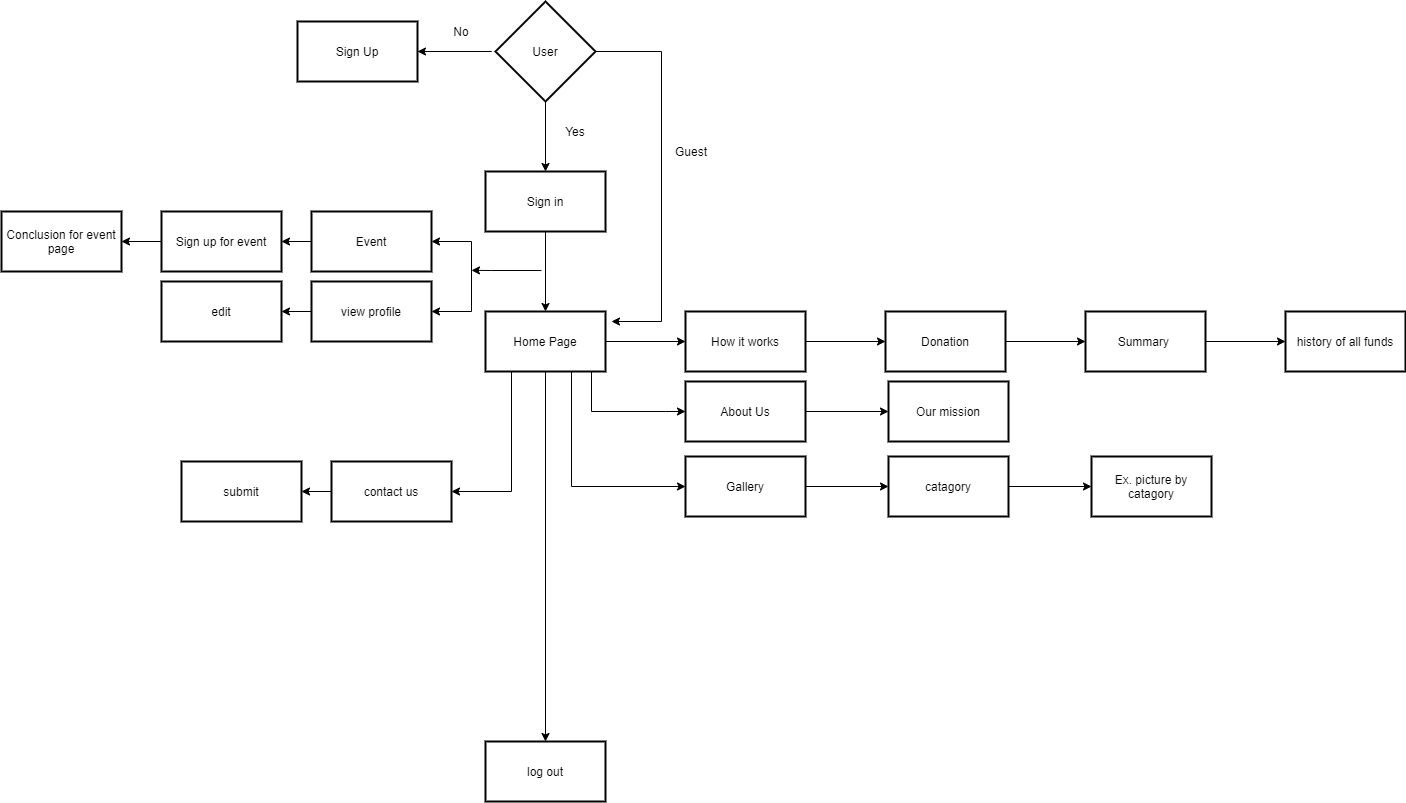
Earlier version of the draw.io export DesignDocuments/appliacationFlow.png (skotcharat/doforfund). Source tidied: cells renumbered, new cells last; positions are measured from the earlier drawing's top-left corner, leaving out a move shared by most shapes. Source of this version:
```xml
<mxGraphModel>
  <root>
    <mxCell id="0" />
    <mxCell id="1" parent="0" />
    <mxCell id="2" style="edgeStyle=orthogonalEdgeStyle;rounded=0;jettySize=auto;html=1;" parent="1" edge="1" target="5">
      <mxGeometry relative="1" as="geometry">
        <mxPoint x="450" y="50" as="sourcePoint" />
        <Array as="points">
          <mxPoint x="490" y="50" />
          <mxPoint x="490" y="50" />
        </Array>
      </mxGeometry>
    </mxCell>
    <mxCell id="3" style="edgeStyle=orthogonalEdgeStyle;rounded=0;jettySize=auto;html=1;" parent="1" edge="1" source="4" target="8">
      <mxGeometry relative="1" as="geometry" />
    </mxCell>
    <mxCell id="4" value="User" style="strokeWidth=2;html=1;shape=mxgraph.flowchart.decision;whiteSpace=wrap;" parent="1" vertex="1">
      <mxGeometry x="494" width="100" height="100" as="geometry" />
    </mxCell>
    <mxCell id="5" value="Sign Up" style="whiteSpace=wrap;html=1;strokeWidth=2;" parent="1" vertex="1">
      <mxGeometry x="296" y="20" width="120" height="60" as="geometry" />
    </mxCell>
    <mxCell id="6" value="No" style="text;html=1;strokeColor=none;fillColor=none;align=center;verticalAlign=middle;whiteSpace=wrap;rounded=0;" parent="1" vertex="1">
      <mxGeometry x="440" y="20" width="40" height="20" as="geometry" />
    </mxCell>
    <mxCell id="7" style="edgeStyle=orthogonalEdgeStyle;rounded=0;jettySize=auto;html=1;" parent="1" edge="1" source="8" target="17">
      <mxGeometry relative="1" as="geometry" />
    </mxCell>
    <mxCell id="8" value="Sign in" style="whiteSpace=wrap;html=1;strokeWidth=2;" parent="1" vertex="1">
      <mxGeometry x="484" y="170" width="120" height="60" as="geometry" />
    </mxCell>
    <mxCell id="9" value="Yes" style="text;html=1;strokeColor=none;fillColor=none;align=center;verticalAlign=middle;whiteSpace=wrap;rounded=0;" parent="1" vertex="1">
      <mxGeometry x="554" y="120" width="40" height="20" as="geometry" />
    </mxCell>
    <mxCell id="10" style="edgeStyle=orthogonalEdgeStyle;rounded=0;jettySize=auto;html=1;" parent="1" edge="1" source="17" target="19">
      <mxGeometry relative="1" as="geometry">
        <Array as="points">
          <mxPoint x="590" y="410" />
          <mxPoint x="664" y="410" />
        </Array>
      </mxGeometry>
    </mxCell>
    <mxCell id="11" style="edgeStyle=orthogonalEdgeStyle;rounded=0;jettySize=auto;html=1;" parent="1" edge="1" source="17" target="22">
      <mxGeometry relative="1" as="geometry" />
    </mxCell>
    <mxCell id="12" style="edgeStyle=orthogonalEdgeStyle;rounded=0;jettySize=auto;html=1;" parent="1" edge="1" target="29">
      <mxGeometry relative="1" as="geometry">
        <mxPoint x="470" y="240" as="sourcePoint" />
      </mxGeometry>
    </mxCell>
    <mxCell id="13" style="edgeStyle=orthogonalEdgeStyle;rounded=0;jettySize=auto;html=1;" parent="1" edge="1" source="17" target="34">
      <mxGeometry relative="1" as="geometry">
        <Array as="points">
          <mxPoint x="570" y="485" />
        </Array>
      </mxGeometry>
    </mxCell>
    <mxCell id="14" style="edgeStyle=orthogonalEdgeStyle;rounded=0;jettySize=auto;html=1;" parent="1" edge="1" source="17" target="39">
      <mxGeometry relative="1" as="geometry">
        <Array as="points">
          <mxPoint x="510" y="490" />
        </Array>
      </mxGeometry>
    </mxCell>
    <mxCell id="15" style="edgeStyle=orthogonalEdgeStyle;rounded=0;jettySize=auto;html=1;" parent="1" edge="1" target="42">
      <mxGeometry relative="1" as="geometry">
        <mxPoint x="470" y="240" as="sourcePoint" />
        <Array as="points">
          <mxPoint x="470" y="310" />
        </Array>
      </mxGeometry>
    </mxCell>
    <mxCell id="16" style="edgeStyle=orthogonalEdgeStyle;rounded=0;jettySize=auto;html=1;" parent="1" edge="1" source="17" target="44">
      <mxGeometry relative="1" as="geometry" />
    </mxCell>
    <mxCell id="17" value="Home Page" style="whiteSpace=wrap;html=1;strokeWidth=2;" parent="1" vertex="1">
      <mxGeometry x="484" y="310" width="120" height="60" as="geometry" />
    </mxCell>
    <mxCell id="18" style="edgeStyle=orthogonalEdgeStyle;rounded=0;jettySize=auto;html=1;" parent="1" edge="1" source="19" target="20">
      <mxGeometry relative="1" as="geometry" />
    </mxCell>
    <mxCell id="19" value="About Us" style="whiteSpace=wrap;html=1;strokeWidth=2;" parent="1" vertex="1">
      <mxGeometry x="684" y="380" width="120" height="60" as="geometry" />
    </mxCell>
    <mxCell id="20" value="Our mission" style="whiteSpace=wrap;html=1;strokeWidth=2;" parent="1" vertex="1">
      <mxGeometry x="887" y="380" width="120" height="60" as="geometry" />
    </mxCell>
    <mxCell id="21" style="edgeStyle=orthogonalEdgeStyle;rounded=0;jettySize=auto;html=1;" parent="1" edge="1" source="22" target="24">
      <mxGeometry relative="1" as="geometry" />
    </mxCell>
    <mxCell id="22" value="How it works" style="whiteSpace=wrap;html=1;strokeWidth=2;" parent="1" vertex="1">
      <mxGeometry x="684" y="310" width="120" height="60" as="geometry" />
    </mxCell>
    <mxCell id="23" style="edgeStyle=orthogonalEdgeStyle;rounded=0;jettySize=auto;html=1;" parent="1" edge="1" source="24" target="26">
      <mxGeometry relative="1" as="geometry" />
    </mxCell>
    <mxCell id="24" value="Donation" style="whiteSpace=wrap;html=1;strokeWidth=2;" parent="1" vertex="1">
      <mxGeometry x="884" y="310" width="120" height="60" as="geometry" />
    </mxCell>
    <mxCell id="25" style="edgeStyle=orthogonalEdgeStyle;rounded=0;jettySize=auto;html=1;" parent="1" edge="1" source="26" target="27">
      <mxGeometry relative="1" as="geometry" />
    </mxCell>
    <mxCell id="26" value="Summary&amp;nbsp;" style="whiteSpace=wrap;html=1;strokeWidth=2;" parent="1" vertex="1">
      <mxGeometry x="1084" y="310" width="120" height="60" as="geometry" />
    </mxCell>
    <mxCell id="27" value="history of all funds" style="whiteSpace=wrap;html=1;strokeWidth=2;" parent="1" vertex="1">
      <mxGeometry x="1284" y="310" width="120" height="60" as="geometry" />
    </mxCell>
    <mxCell id="28" style="edgeStyle=orthogonalEdgeStyle;rounded=0;jettySize=auto;html=1;" parent="1" edge="1" source="29" target="31">
      <mxGeometry relative="1" as="geometry" />
    </mxCell>
    <mxCell id="29" value="Event" style="whiteSpace=wrap;html=1;strokeWidth=2;" parent="1" vertex="1">
      <mxGeometry x="310" y="210" width="120" height="60" as="geometry" />
    </mxCell>
    <mxCell id="30" style="edgeStyle=orthogonalEdgeStyle;rounded=0;jettySize=auto;html=1;" parent="1" edge="1" source="31" target="32">
      <mxGeometry relative="1" as="geometry" />
    </mxCell>
    <mxCell id="31" value="Sign up for event" style="whiteSpace=wrap;html=1;strokeWidth=2;" parent="1" vertex="1">
      <mxGeometry x="160" y="210" width="120" height="60" as="geometry" />
    </mxCell>
    <mxCell id="32" value="Conclusion for event page" style="whiteSpace=wrap;html=1;strokeWidth=2;" parent="1" vertex="1">
      <mxGeometry y="210" width="120" height="60" as="geometry" />
    </mxCell>
    <mxCell id="33" style="edgeStyle=orthogonalEdgeStyle;rounded=0;jettySize=auto;html=1;" parent="1" edge="1" source="34" target="36">
      <mxGeometry relative="1" as="geometry" />
    </mxCell>
    <mxCell id="34" value="Gallery" style="whiteSpace=wrap;html=1;strokeWidth=2;" parent="1" vertex="1">
      <mxGeometry x="684" y="455" width="120" height="60" as="geometry" />
    </mxCell>
    <mxCell id="35" style="edgeStyle=orthogonalEdgeStyle;rounded=0;jettySize=auto;html=1;" parent="1" edge="1" source="36" target="37">
      <mxGeometry relative="1" as="geometry" />
    </mxCell>
    <mxCell id="36" value="catagory" style="whiteSpace=wrap;html=1;strokeWidth=2;" parent="1" vertex="1">
      <mxGeometry x="887" y="455" width="120" height="60" as="geometry" />
    </mxCell>
    <mxCell id="37" value="Ex. picture by catagory" style="whiteSpace=wrap;html=1;strokeWidth=2;" parent="1" vertex="1">
      <mxGeometry x="1090" y="455" width="120" height="60" as="geometry" />
    </mxCell>
    <mxCell id="38" style="edgeStyle=orthogonalEdgeStyle;rounded=0;jettySize=auto;html=1;" parent="1" edge="1" source="39" target="40">
      <mxGeometry relative="1" as="geometry" />
    </mxCell>
    <mxCell id="39" value="contact us" style="whiteSpace=wrap;html=1;strokeWidth=2;" parent="1" vertex="1">
      <mxGeometry x="330" y="460" width="120" height="60" as="geometry" />
    </mxCell>
    <mxCell id="40" value="submit" style="whiteSpace=wrap;html=1;strokeWidth=2;" parent="1" vertex="1">
      <mxGeometry x="180" y="460" width="120" height="60" as="geometry" />
    </mxCell>
    <mxCell id="41" style="edgeStyle=orthogonalEdgeStyle;rounded=0;jettySize=auto;html=1;" parent="1" edge="1" source="42" target="43">
      <mxGeometry relative="1" as="geometry" />
    </mxCell>
    <mxCell id="42" value="view profile" style="whiteSpace=wrap;html=1;strokeWidth=2;" parent="1" vertex="1">
      <mxGeometry x="310" y="280" width="120" height="60" as="geometry" />
    </mxCell>
    <mxCell id="43" value="edit" style="whiteSpace=wrap;html=1;strokeWidth=2;" parent="1" vertex="1">
      <mxGeometry x="160" y="280" width="120" height="60" as="geometry" />
    </mxCell>
    <mxCell id="44" value="log out" style="whiteSpace=wrap;html=1;strokeWidth=2;" parent="1" vertex="1">
      <mxGeometry x="484" y="740" width="120" height="60" as="geometry" />
    </mxCell>
    <mxCell id="45" style="edgeStyle=orthogonalEdgeStyle;rounded=0;orthogonalLoop=1;jettySize=auto;html=1;" parent="1" edge="1">
      <mxGeometry relative="1" as="geometry">
        <mxPoint x="540" y="269" as="sourcePoint" />
        <mxPoint x="470" y="268.9" as="targetPoint" />
        <Array as="points">
          <mxPoint x="490" y="268.6" />
          <mxPoint x="490" y="268.6" />
        </Array>
      </mxGeometry>
    </mxCell>
    <mxCell id="46" style="edgeStyle=orthogonalEdgeStyle;rounded=0;jettySize=auto;html=1;exitX=1;exitY=0.5;exitDx=0;exitDy=0;exitPerimeter=0;" parent="1" edge="1" source="4">
      <mxGeometry relative="1" as="geometry">
        <mxPoint x="610" y="320" as="targetPoint" />
        <Array as="points">
          <mxPoint x="660" y="50" />
          <mxPoint x="660" y="320" />
        </Array>
      </mxGeometry>
    </mxCell>
    <mxCell id="47" value="Guest" style="text;html=1;strokeColor=none;fillColor=none;align=center;verticalAlign=middle;whiteSpace=wrap;rounded=0;" parent="1" vertex="1">
      <mxGeometry x="670" y="140" width="40" height="20" as="geometry" />
    </mxCell>
  </root>
</mxGraphModel>
```
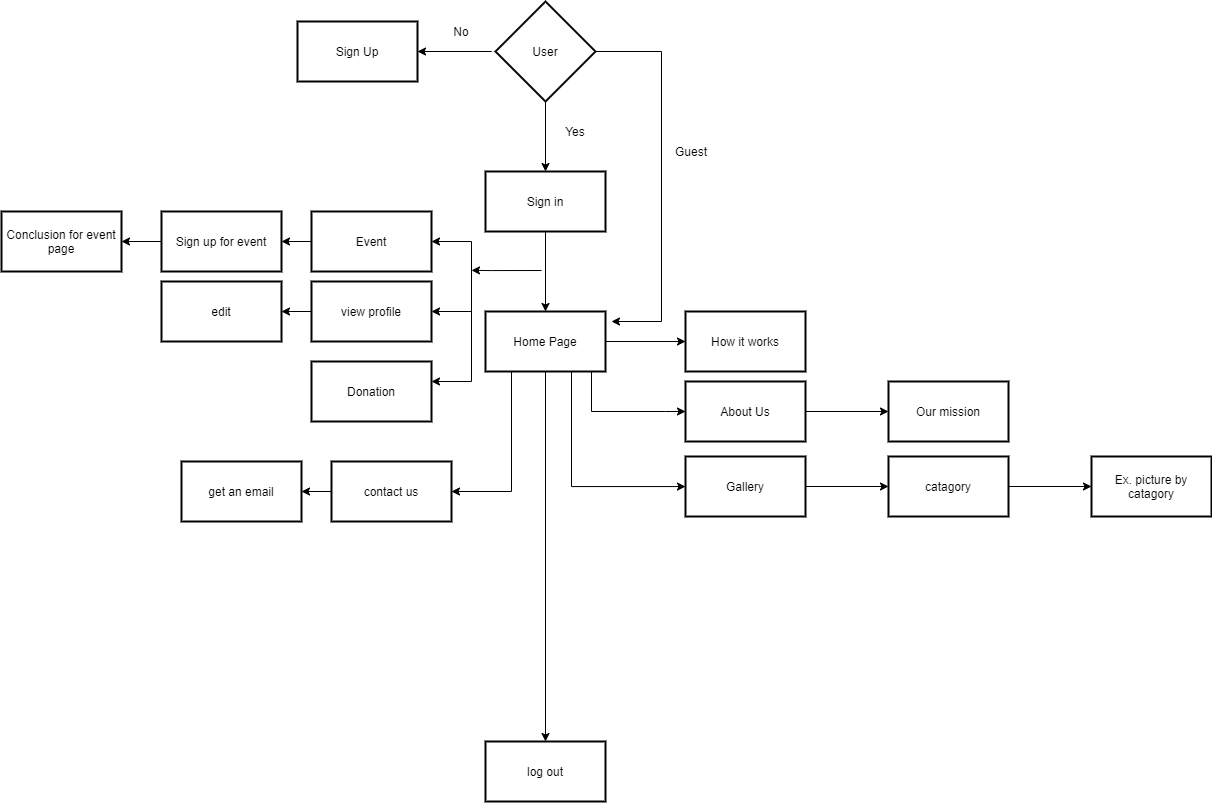
The same file after the commit.

What changed in the source:
```diff
@@ -85,27 +85,20 @@
     <mxCell id="20" value="Our mission" style="whiteSpace=wrap;html=1;strokeWidth=2;" parent="1" vertex="1">
       <mxGeometry x="887" y="380" width="120" height="60" as="geometry" />
     </mxCell>
-    <mxCell id="21" style="edgeStyle=orthogonalEdgeStyle;rounded=0;jettySize=auto;html=1;" parent="1" edge="1" source="22" target="24">
-      <mxGeometry relative="1" as="geometry" />
-    </mxCell>
     <mxCell id="22" value="How it works" style="whiteSpace=wrap;html=1;strokeWidth=2;" parent="1" vertex="1">
       <mxGeometry x="684" y="310" width="120" height="60" as="geometry" />
     </mxCell>
-    <mxCell id="23" style="edgeStyle=orthogonalEdgeStyle;rounded=0;jettySize=auto;html=1;" parent="1" edge="1" source="24" target="26">
-      <mxGeometry relative="1" as="geometry" />
+    <mxCell id="23" style="edgeStyle=orthogonalEdgeStyle;rounded=0;jettySize=auto;html=1;" parent="1" edge="1" target="24">
+      <mxGeometry relative="1" as="geometry">
+        <mxPoint x="470" y="290" as="sourcePoint" />
+        <Array as="points">
+          <mxPoint x="470" y="380" />
+        </Array>
+      </mxGeometry>
     </mxCell>
     <mxCell id="24" value="Donation" style="whiteSpace=wrap;html=1;strokeWidth=2;" parent="1" vertex="1">
-      <mxGeometry x="884" y="310" width="120" height="60" as="geometry" />
+      <mxGeometry x="310" y="360" width="120" height="60" as="geometry" />
     </mxCell>
-    <mxCell id="25" style="edgeStyle=orthogonalEdgeStyle;rounded=0;jettySize=auto;html=1;" parent="1" edge="1" source="26" target="27">
-      <mxGeometry relative="1" as="geometry" />
-    </mxCell>
-    <mxCell id="26" value="Summary&amp;nbsp;" style="whiteSpace=wrap;html=1;strokeWidth=2;" parent="1" vertex="1">
-      <mxGeometry x="1084" y="310" width="120" height="60" as="geometry" />
-    </mxCell>
-    <mxCell id="27" value="history of all funds" style="whiteSpace=wrap;html=1;strokeWidth=2;" parent="1" vertex="1">
-      <mxGeometry x="1284" y="310" width="120" height="60" as="geometry" />
-    </mxCell>
     <mxCell id="28" style="edgeStyle=orthogonalEdgeStyle;rounded=0;jettySize=auto;html=1;" parent="1" edge="1" source="29" target="31">
       <mxGeometry relative="1" as="geometry" />
     </mxCell>
@@ -142,7 +135,7 @@
     <mxCell id="39" value="contact us" style="whiteSpace=wrap;html=1;strokeWidth=2;" parent="1" vertex="1">
       <mxGeometry x="330" y="460" width="120" height="60" as="geometry" />
     </mxCell>
-    <mxCell id="40" value="submit" style="whiteSpace=wrap;html=1;strokeWidth=2;" parent="1" vertex="1">
+    <mxCell id="40" value="get an email" style="whiteSpace=wrap;html=1;strokeWidth=2;" parent="1" vertex="1">
       <mxGeometry x="180" y="460" width="120" height="60" as="geometry" />
     </mxCell>
     <mxCell id="41" style="edgeStyle=orthogonalEdgeStyle;rounded=0;jettySize=auto;html=1;" parent="1" edge="1" source="42" target="43">
```
